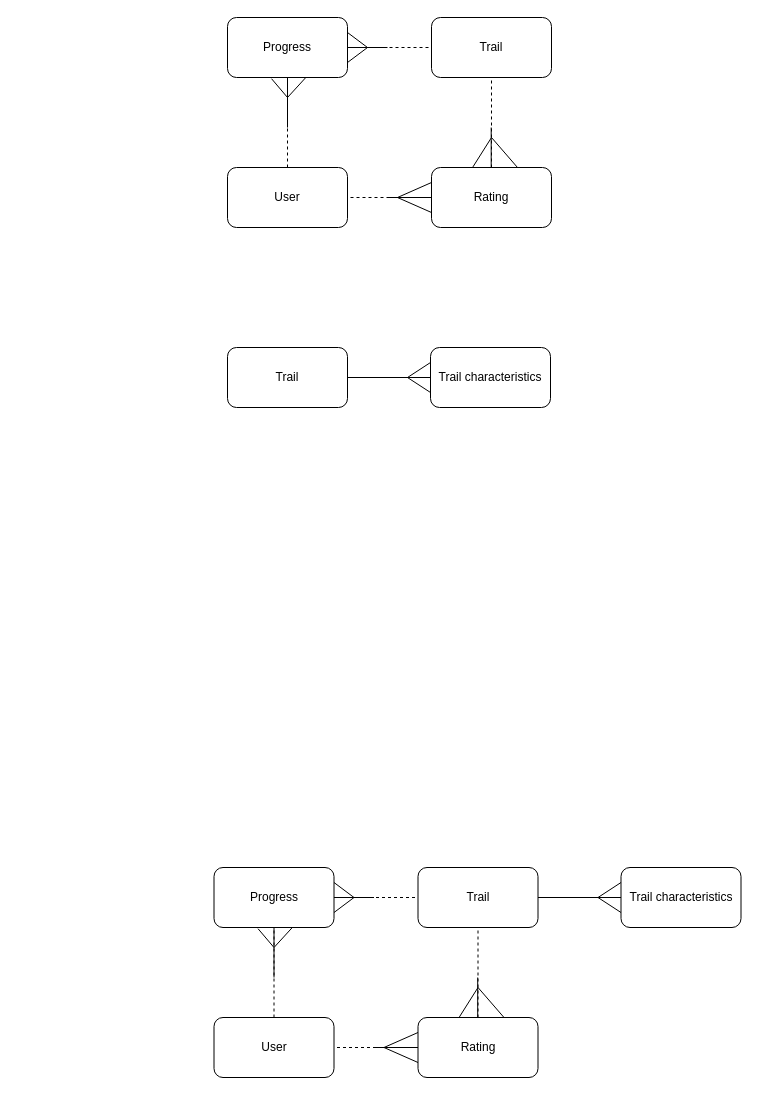
This is erd.drawio from Gilberto5309/Comp2001-set-exercises, a draw.io file, before an edit. Source tidied: cells renumbered, new cells numbered last; positions are measured from the earlier drawing's top-left corner, leaving out a move shared by most shapes. Both pictures are drawn from the tidied source at 100%, with x=0, y=0 at pixel (213, 17).
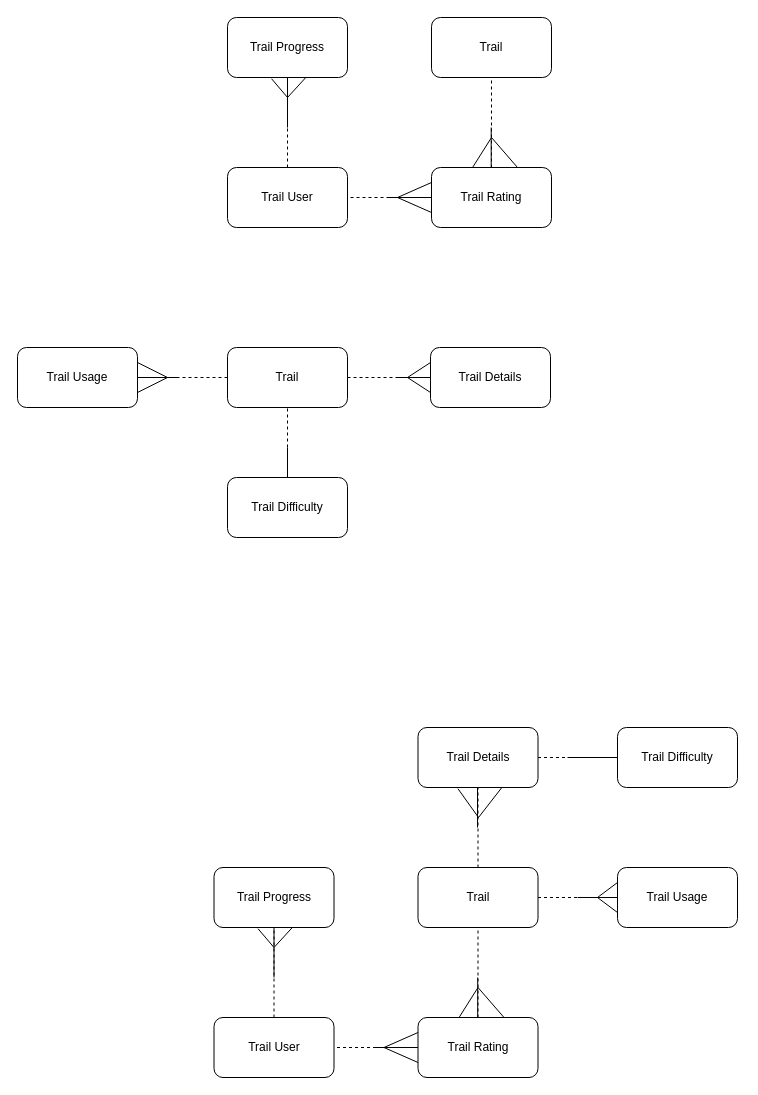
After the change.

The change refers to these unchanged cells:
```xml
<mxCell id="3" value="Trail" style="rounded=1;whiteSpace=wrap;html=1;" parent="1" vertex="1">
  <mxGeometry x="218" width="120" height="60" as="geometry" />
</mxCell>
<mxCell id="22" value="Trail" style="rounded=1;whiteSpace=wrap;html=1;" parent="1" vertex="1">
  <mxGeometry x="14" y="330" width="120" height="60" as="geometry" />
</mxCell>
<mxCell id="28" value="Trail" style="rounded=1;whiteSpace=wrap;html=1;" parent="1" vertex="1">
  <mxGeometry x="204.5" y="850" width="120" height="60" as="geometry" />
</mxCell>
```

What changed in the source:
```diff
@@
-    <mxCell id="2" value="User" style="rounded=1;whiteSpace=wrap;html=1;" parent="1" vertex="1">
+    <mxCell id="2" value="Trail User" style="rounded=1;whiteSpace=wrap;html=1;" parent="1" vertex="1">
       <mxGeometry x="14" y="150" width="120" height="60" as="geometry" />
     </mxCell>
@@
-    <mxCell id="4" value="Progress" style="rounded=1;whiteSpace=wrap;html=1;" parent="1" vertex="1">
+    <mxCell id="4" value="Trail Progress" style="rounded=1;whiteSpace=wrap;html=1;" parent="1" vertex="1">
       <mxGeometry x="14" width="120" height="60" as="geometry" />
     </mxCell>
-    <mxCell id="5" value="Rating" style="rounded=1;whiteSpace=wrap;html=1;" parent="1" vertex="1">
+    <mxCell id="5" value="Trail Rating" style="rounded=1;whiteSpace=wrap;html=1;" parent="1" vertex="1">
       <mxGeometry x="218" y="150" width="120" height="60" as="geometry" />
     </mxCell>
@@
-    <mxCell id="7" style="endArrow=none;html=1;rounded=0;entryX=0;entryY=0.5;entryDx=0;entryDy=0;exitX=1;exitY=0.5;exitDx=0;exitDy=0;dashed=1;" parent="1" edge="1" source="4" target="3">
-      <mxGeometry relative="1" as="geometry" />
-    </mxCell>
-    <mxCell id="8" style="endArrow=none;html=1;rounded=0;exitX=1;exitY=0.25;exitDx=0;exitDy=0;" parent="1" edge="1" source="4">
-      <mxGeometry relative="1" as="geometry">
-        <mxPoint x="154" y="30" as="targetPoint" />
-      </mxGeometry>
-    </mxCell>
-    <mxCell id="9" style="endArrow=none;html=1;rounded=0;exitX=1;exitY=0.75;exitDx=0;exitDy=0;" parent="1" edge="1" source="4">
-      <mxGeometry relative="1" as="geometry">
-        <mxPoint x="154" y="30" as="targetPoint" />
-      </mxGeometry>
-    </mxCell>
@@
-    <mxCell id="19" style="endArrow=none;html=1;rounded=0;exitX=1;exitY=0.5;exitDx=0;exitDy=0;" parent="1" edge="1" source="4">
-      <mxGeometry relative="1" as="geometry">
-        <mxPoint x="174" y="30" as="targetPoint" />
-      </mxGeometry>
-    </mxCell>
@@
-    <mxCell id="23" value="Trail characteristics" style="rounded=1;whiteSpace=wrap;html=1;" parent="1" vertex="1">
+    <mxCell id="23" value="Trail Details" style="rounded=1;whiteSpace=wrap;html=1;" parent="1" vertex="1">
       <mxGeometry x="217" y="330" width="120" height="60" as="geometry" />
     </mxCell>
-    <mxCell id="24" style="endArrow=none;html=1;rounded=0;entryX=0;entryY=0.5;entryDx=0;entryDy=0;exitX=1;exitY=0.5;exitDx=0;exitDy=0;" parent="1" edge="1" source="22" target="23">
+    <mxCell id="24" style="endArrow=none;html=1;rounded=0;entryX=0;entryY=0.5;entryDx=0;entryDy=0;exitX=1;exitY=0.5;exitDx=0;exitDy=0;dashed=1;" parent="1" edge="1" source="22" target="23">
       <mxGeometry relative="1" as="geometry" />
     </mxCell>
@@
-    <mxCell id="27" value="User" style="rounded=1;whiteSpace=wrap;html=1;" parent="1" vertex="1">
+    <mxCell id="27" value="Trail User" style="rounded=1;whiteSpace=wrap;html=1;" parent="1" vertex="1">
       <mxGeometry x="0.5" y="1000" width="120" height="60" as="geometry" />
     </mxCell>
@@
-    <mxCell id="29" value="Progress" style="rounded=1;whiteSpace=wrap;html=1;" parent="1" vertex="1">
+    <mxCell id="29" value="Trail Progress" style="rounded=1;whiteSpace=wrap;html=1;" parent="1" vertex="1">
       <mxGeometry x="0.5" y="850" width="120" height="60" as="geometry" />
     </mxCell>
-    <mxCell id="30" value="Rating" style="rounded=1;whiteSpace=wrap;html=1;" parent="1" vertex="1">
+    <mxCell id="30" value="Trail Rating" style="rounded=1;whiteSpace=wrap;html=1;" parent="1" vertex="1">
       <mxGeometry x="204.5" y="1000" width="120" height="60" as="geometry" />
     </mxCell>
@@
-    <mxCell id="32" style="endArrow=none;html=1;rounded=0;entryX=0;entryY=0.5;entryDx=0;entryDy=0;exitX=1;exitY=0.5;exitDx=0;exitDy=0;dashed=1;" parent="1" edge="1" source="29" target="28">
-      <mxGeometry relative="1" as="geometry" />
-    </mxCell>
-    <mxCell id="33" style="endArrow=none;html=1;rounded=0;exitX=1;exitY=0.25;exitDx=0;exitDy=0;" parent="1" edge="1" source="29">
-      <mxGeometry relative="1" as="geometry">
-        <mxPoint x="140.5" y="880" as="targetPoint" />
-      </mxGeometry>
-    </mxCell>
-    <mxCell id="34" style="endArrow=none;html=1;rounded=0;exitX=1;exitY=0.75;exitDx=0;exitDy=0;" parent="1" edge="1" source="29">
-      <mxGeometry relative="1" as="geometry">
-        <mxPoint x="140.5" y="880" as="targetPoint" />
-      </mxGeometry>
-    </mxCell>
@@
-    <mxCell id="44" style="endArrow=none;html=1;rounded=0;exitX=1;exitY=0.5;exitDx=0;exitDy=0;" parent="1" edge="1" source="29">
-      <mxGeometry relative="1" as="geometry">
-        <mxPoint x="160.5" y="880" as="targetPoint" />
-      </mxGeometry>
-    </mxCell>
@@
-    <mxCell id="47" value="Trail characteristics" style="rounded=1;whiteSpace=wrap;html=1;" parent="1" vertex="1">
-      <mxGeometry x="407.5" y="850" width="120" height="60" as="geometry" />
-    </mxCell>
-    <mxCell id="48" style="endArrow=none;html=1;rounded=0;entryX=0;entryY=0.5;entryDx=0;entryDy=0;exitX=1;exitY=0.5;exitDx=0;exitDy=0;" parent="1" edge="1" target="47">
-      <mxGeometry relative="1" as="geometry">
-        <mxPoint x="324.5" y="880" as="sourcePoint" />
-      </mxGeometry>
-    </mxCell>
-    <mxCell id="49" style="endArrow=none;html=1;rounded=0;entryX=0;entryY=0.25;entryDx=0;entryDy=0;" parent="1" edge="1" target="47">
-      <mxGeometry relative="1" as="geometry">
-        <mxPoint x="384.5" y="880" as="sourcePoint" />
-      </mxGeometry>
-    </mxCell>
-    <mxCell id="50" style="endArrow=none;html=1;rounded=0;entryX=0;entryY=0.75;entryDx=0;entryDy=0;" parent="1" edge="1" target="47">
-      <mxGeometry relative="1" as="geometry">
-        <mxPoint x="384.5" y="880" as="sourcePoint" />
-      </mxGeometry>
-    </mxCell>
+    <mxCell id="51" value="Trail Usage" style="rounded=1;whiteSpace=wrap;html=1;" parent="1" vertex="1">
+      <mxGeometry x="-196" y="330" width="120" height="60" as="geometry" />
+    </mxCell>
+    <mxCell id="52" value="Trail Difficulty" style="rounded=1;whiteSpace=wrap;html=1;" parent="1" vertex="1">
+      <mxGeometry x="14" y="460" width="120" height="60" as="geometry" />
+    </mxCell>
+    <mxCell id="53" style="endArrow=none;html=1;rounded=0;entryX=0.5;entryY=1;entryDx=0;entryDy=0;exitX=0.5;exitY=0;exitDx=0;exitDy=0;dashed=1;" parent="1" edge="1" source="52" target="22">
+      <mxGeometry relative="1" as="geometry" />
+    </mxCell>
+    <mxCell id="54" style="endArrow=none;html=1;rounded=0;exitX=0;exitY=0.5;exitDx=0;exitDy=0;dashed=1;" parent="1" edge="1" source="22">
+      <mxGeometry relative="1" as="geometry">
+        <mxPoint x="-73" y="360" as="targetPoint" />
+      </mxGeometry>
+    </mxCell>
+    <mxCell id="55" style="endArrow=none;html=1;rounded=0;entryX=1;entryY=0.25;entryDx=0;entryDy=0;" parent="1" edge="1" target="51">
+      <mxGeometry relative="1" as="geometry">
+        <mxPoint x="-46" y="360" as="sourcePoint" />
+      </mxGeometry>
+    </mxCell>
+    <mxCell id="56" style="endArrow=none;html=1;rounded=0;entryX=1;entryY=0.75;entryDx=0;entryDy=0;" parent="1" edge="1" target="51">
+      <mxGeometry relative="1" as="geometry">
+        <mxPoint x="-46" y="360" as="sourcePoint" />
+      </mxGeometry>
+    </mxCell>
+    <mxCell id="57" style="endArrow=none;html=1;rounded=0;entryX=0;entryY=0.5;entryDx=0;entryDy=0;" parent="1" edge="1" target="23">
+      <mxGeometry relative="1" as="geometry">
+        <mxPoint x="184" y="360" as="sourcePoint" />
+      </mxGeometry>
+    </mxCell>
+    <mxCell id="58" style="endArrow=none;html=1;rounded=0;entryX=0.5;entryY=0;entryDx=0;entryDy=0;" parent="1" edge="1" target="52">
+      <mxGeometry relative="1" as="geometry">
+        <mxPoint x="74" y="430" as="sourcePoint" />
+      </mxGeometry>
+    </mxCell>
+    <mxCell id="59" style="endArrow=none;html=1;rounded=0;entryX=1;entryY=0.5;entryDx=0;entryDy=0;" parent="1" edge="1" target="51">
+      <mxGeometry relative="1" as="geometry">
+        <mxPoint x="-36" y="360" as="sourcePoint" />
+      </mxGeometry>
+    </mxCell>
+    <mxCell id="60" value="Trail Details" style="rounded=1;whiteSpace=wrap;html=1;" parent="1" vertex="1">
+      <mxGeometry x="204.5" y="710" width="120" height="60" as="geometry" />
+    </mxCell>
+    <mxCell id="61" value="Trail Usage" style="rounded=1;whiteSpace=wrap;html=1;" parent="1" vertex="1">
+      <mxGeometry x="404" y="850" width="120" height="60" as="geometry" />
+    </mxCell>
+    <mxCell id="62" value="Trail Difficulty" style="rounded=1;whiteSpace=wrap;html=1;" parent="1" vertex="1">
+      <mxGeometry x="404" y="710" width="120" height="60" as="geometry" />
+    </mxCell>
+    <mxCell id="63" style="endArrow=none;html=1;rounded=0;entryX=0.5;entryY=1;entryDx=0;entryDy=0;exitX=0.5;exitY=0;exitDx=0;exitDy=0;dashed=1;" parent="1" edge="1" source="28" target="60">
+      <mxGeometry relative="1" as="geometry" />
+    </mxCell>
+    <mxCell id="64" style="endArrow=none;html=1;rounded=0;entryX=0;entryY=0.5;entryDx=0;entryDy=0;exitX=1;exitY=0.5;exitDx=0;exitDy=0;dashed=1;" parent="1" edge="1" source="28" target="61">
+      <mxGeometry relative="1" as="geometry">
+        <Array as="points">
+          <mxPoint x="364" y="880" />
+        </Array>
+      </mxGeometry>
+    </mxCell>
+    <mxCell id="65" style="endArrow=none;html=1;rounded=0;entryX=0;entryY=0.5;entryDx=0;entryDy=0;exitX=1;exitY=0.5;exitDx=0;exitDy=0;dashed=1;" parent="1" edge="1" source="60" target="62">
+      <mxGeometry relative="1" as="geometry" />
+    </mxCell>
+    <mxCell id="66" style="endArrow=none;html=1;rounded=0;entryX=0.333;entryY=1.02;entryDx=0;entryDy=0;entryPerimeter=0;" parent="1" edge="1" target="60">
+      <mxGeometry relative="1" as="geometry">
+        <mxPoint x="265" y="800" as="sourcePoint" />
+      </mxGeometry>
+    </mxCell>
+    <mxCell id="67" style="endArrow=none;html=1;rounded=0;entryX=0.698;entryY=1.002;entryDx=0;entryDy=0;entryPerimeter=0;" parent="1" edge="1" target="60">
+      <mxGeometry relative="1" as="geometry">
+        <mxPoint x="265" y="800" as="sourcePoint" />
+      </mxGeometry>
+    </mxCell>
+    <mxCell id="68" style="endArrow=none;html=1;rounded=0;entryX=0;entryY=0.25;entryDx=0;entryDy=0;" parent="1" edge="1" target="61">
+      <mxGeometry relative="1" as="geometry">
+        <mxPoint x="384" y="880" as="sourcePoint" />
+      </mxGeometry>
+    </mxCell>
+    <mxCell id="69" style="endArrow=none;html=1;rounded=0;entryX=0;entryY=0.75;entryDx=0;entryDy=0;" parent="1" edge="1" target="61">
+      <mxGeometry relative="1" as="geometry">
+        <mxPoint x="384" y="880" as="sourcePoint" />
+      </mxGeometry>
+    </mxCell>
+    <mxCell id="70" style="endArrow=none;html=1;rounded=0;" parent="1" edge="1">
+      <mxGeometry relative="1" as="geometry">
+        <mxPoint x="264" y="810" as="sourcePoint" />
+        <mxPoint x="264" y="770" as="targetPoint" />
+      </mxGeometry>
+    </mxCell>
+    <mxCell id="71" style="endArrow=none;html=1;rounded=0;entryX=0;entryY=0.5;entryDx=0;entryDy=0;" parent="1" edge="1" target="62">
+      <mxGeometry relative="1" as="geometry">
+        <mxPoint x="354" y="740" as="sourcePoint" />
+      </mxGeometry>
+    </mxCell>
+    <mxCell id="72" style="endArrow=none;html=1;rounded=0;entryX=0;entryY=0.5;entryDx=0;entryDy=0;" parent="1" edge="1" target="61">
+      <mxGeometry relative="1" as="geometry">
+        <mxPoint x="364" y="880" as="sourcePoint" />
+      </mxGeometry>
+    </mxCell>
```
